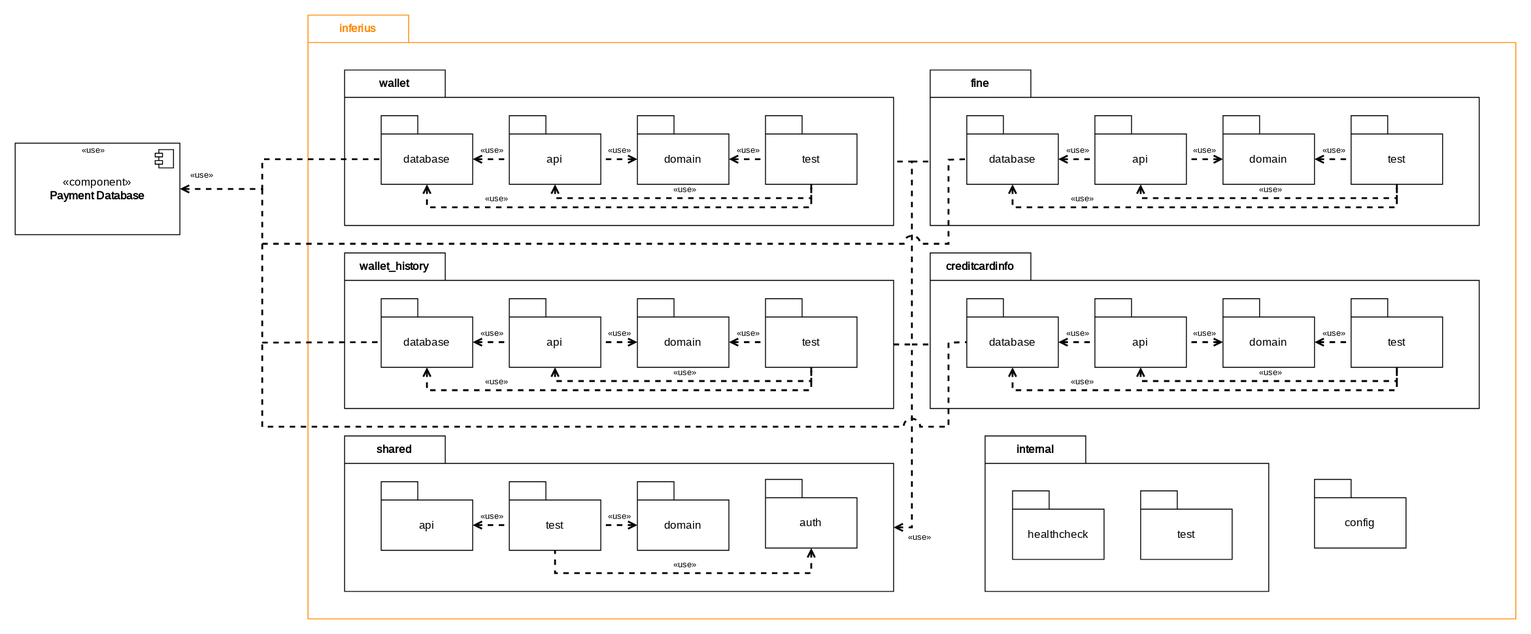
PWR-ACS-SE-24/SoftwareSystemDesign keeps this draw.io diagram as documentation/course/e2/images/package-diagram-inferius.drawio.svg. Above is the earlier version. Source tidied: cells renumbered, new cells last; positions are measured from the earlier drawing's top-left corner, leaving out a move shared by most shapes.
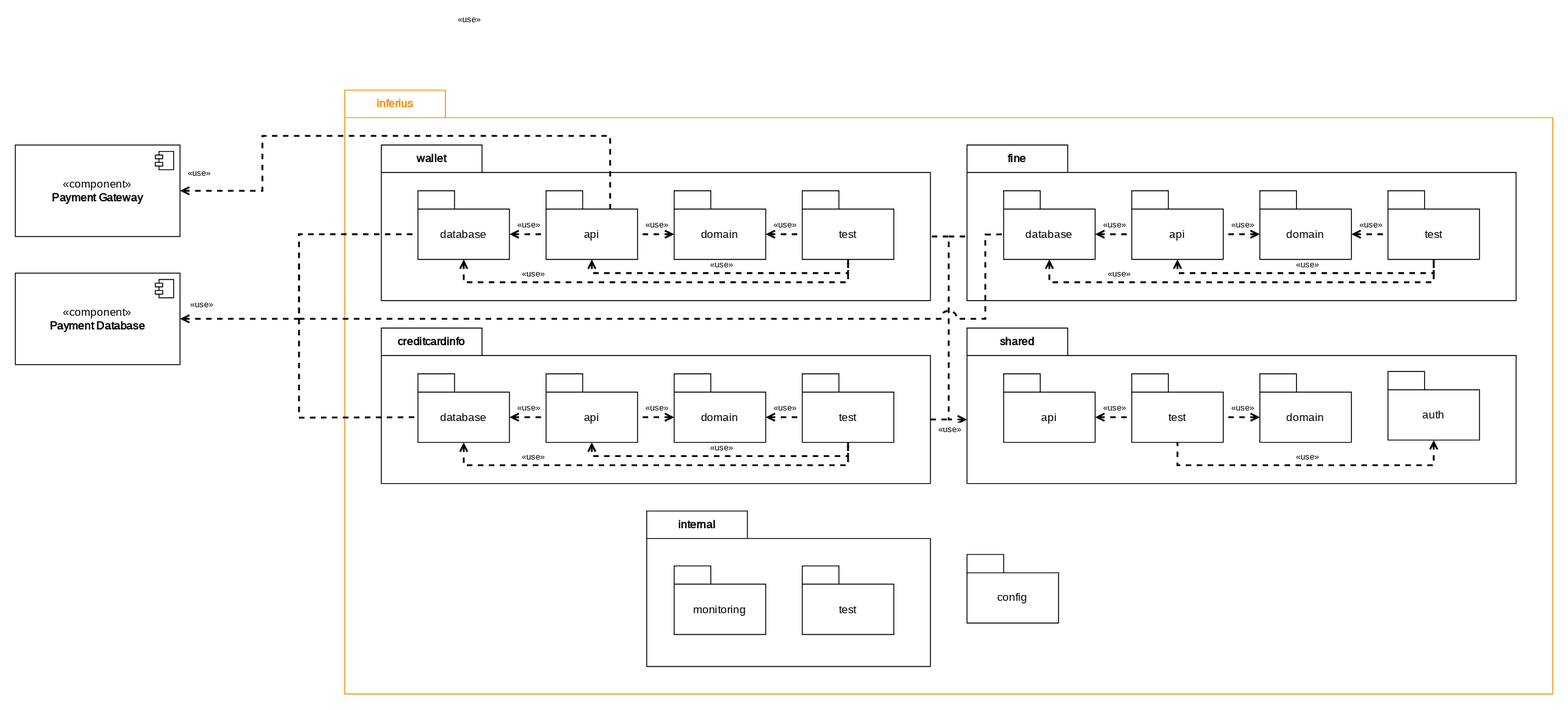
After the commit.

Commit message:
update package diagram

Change to the diagram source:
```diff
@@ -6,7 +6,7 @@
       <mxGeometry x="320" width="1320" height="660" as="geometry" />
     </mxCell>
     <mxCell id="3" value="«component»&lt;b&gt;&lt;br&gt;Payment Database&lt;/b&gt;&lt;br&gt;&lt;b&gt;&lt;/b&gt;" style="html=1;whiteSpace=wrap;fontFamily=JetBrains Mono;fontSource=https%3A%2F%2Ffonts.googleapis.com%2Fcss%3Ffamily%3DJetBrains%2BMono;" parent="1" vertex="1">
-      <mxGeometry y="140" width="180" height="100" as="geometry" />
+      <mxGeometry x="-40" y="200" width="180" height="100" as="geometry" />
     </mxCell>
     <mxCell id="4" style="shape=module;jettyWidth=8;jettyHeight=4;" parent="3" vertex="1">
       <mxGeometry x="1" width="20" height="20" relative="1" as="geometry">
@@ -14,13 +14,8 @@
       </mxGeometry>
     </mxCell>
     <mxCell id="5" value="&lt;span style=&quot;color: rgb(0, 0, 0); font-family: &amp;quot;JetBrains Mono&amp;quot;; font-size: 9px; font-style: normal; font-variant-ligatures: normal; font-variant-caps: normal; font-weight: 400; letter-spacing: normal; orphans: 2; text-align: center; text-indent: 0px; text-transform: none; widows: 2; word-spacing: 0px; -webkit-text-stroke-width: 0px; white-space: nowrap; background-color: rgb(251, 251, 251); text-decoration-thickness: initial; text-decoration-style: initial; text-decoration-color: initial; display: inline !important; float: none;&quot;&gt;«use»&lt;/span&gt;" style="text;whiteSpace=wrap;html=1;" parent="1" vertex="1">
-      <mxGeometry x="190" y="160" width="40" height="30" as="geometry" />
+      <mxGeometry x="150" y="220" width="40" height="30" as="geometry" />
     </mxCell>
-    <mxCell id="6" style="endArrow=none;dashed=1;html=1;rounded=0;strokeWidth=2;entryX=0;entryY=0;entryDx=0;entryDy=100;entryPerimeter=0;" parent="1" edge="1" target="46">
-      <mxGeometry relative="1" as="geometry">
-        <mxPoint x="980" y="360" as="sourcePoint" />
-      </mxGeometry>
-    </mxCell>
     <mxCell id="7" style="html=1;strokeColor=none;fillColor=none;whiteSpace=wrap;fontFamily=JetBrains Mono;fontSource=https%3A%2F%2Ffonts.googleapis.com%2Fcss%3Ffamily%3DJetBrains%2BMono;fontStyle=0;" parent="1" vertex="1">
       <mxGeometry x="320" y="30" width="1290" as="geometry">
         <mxPoint y="30" as="offset" />
@@ -97,23 +92,23 @@
       </mxGeometry>
     </mxCell>
     <mxCell id="24" value="config" style="shape=folder;fontStyle=0;tabWidth=40;tabHeight=20;tabPosition=left;html=1;boundedLbl=1;whiteSpace=wrap;fontFamily=JetBrains Mono;fontSource=https%3A%2F%2Ffonts.googleapis.com%2Fcss%3Ffamily%3DJetBrains%2BMono;" parent="1" vertex="1">
-      <mxGeometry x="1420" y="507.5" width="100" height="75" as="geometry" />
+      <mxGeometry x="1000" y="507.5" width="100" height="75" as="geometry" />
     </mxCell>
     <mxCell id="25" value="internal" style="shape=folder;fontStyle=1;tabWidth=110;tabHeight=30;tabPosition=left;html=1;boundedLbl=1;labelInHeader=1;whiteSpace=wrap;labelBorderColor=none;fillColor=default;fontFamily=JetBrains Mono;fontSource=https%3A%2F%2Ffonts.googleapis.com%2Fcss%3Ffamily%3DJetBrains%2BMono;" parent="1" vertex="1">
-      <mxGeometry x="1060" y="460" width="310" height="170" as="geometry" />
+      <mxGeometry x="650" y="460" width="310" height="170" as="geometry" />
     </mxCell>
     <mxCell id="26" style="html=1;strokeColor=none;fillColor=none;whiteSpace=wrap;fontFamily=JetBrains Mono;fontSource=https%3A%2F%2Ffonts.googleapis.com%2Fcss%3Ffamily%3DJetBrains%2BMono;fontStyle=0;" parent="25" vertex="1">
       <mxGeometry width="280.94" relative="1" as="geometry">
         <mxPoint y="30" as="offset" />
       </mxGeometry>
     </mxCell>
-    <mxCell id="27" value="healthcheck" style="shape=folder;fontStyle=0;tabWidth=40;tabHeight=20;tabPosition=left;html=1;boundedLbl=1;whiteSpace=wrap;fontFamily=JetBrains Mono;fontSource=https%3A%2F%2Ffonts.googleapis.com%2Fcss%3Ffamily%3DJetBrains%2BMono;" parent="25" vertex="1">
+    <mxCell id="27" value="monitoring" style="shape=folder;fontStyle=0;tabWidth=40;tabHeight=20;tabPosition=left;html=1;boundedLbl=1;whiteSpace=wrap;fontFamily=JetBrains Mono;fontSource=https%3A%2F%2Ffonts.googleapis.com%2Fcss%3Ffamily%3DJetBrains%2BMono;" parent="25" vertex="1">
       <mxGeometry x="30" y="60" width="100" height="75" as="geometry" />
     </mxCell>
     <mxCell id="28" value="test" style="shape=folder;fontStyle=0;tabWidth=40;tabHeight=20;tabPosition=left;html=1;boundedLbl=1;whiteSpace=wrap;fontFamily=JetBrains Mono;fontSource=https%3A%2F%2Ffonts.googleapis.com%2Fcss%3Ffamily%3DJetBrains%2BMono;" parent="25" vertex="1">
       <mxGeometry x="170" y="60" width="100" height="75" as="geometry" />
     </mxCell>
-    <mxCell id="29" value="wallet_history" style="shape=folder;fontStyle=1;tabWidth=110;tabHeight=30;tabPosition=left;html=1;boundedLbl=1;labelInHeader=1;whiteSpace=wrap;labelBorderColor=none;fillColor=default;fontFamily=JetBrains Mono;fontSource=https%3A%2F%2Ffonts.googleapis.com%2Fcss%3Ffamily%3DJetBrains%2BMono;" parent="1" vertex="1">
+    <mxCell id="29" value="creditcardinfo" style="shape=folder;fontStyle=1;tabWidth=110;tabHeight=30;tabPosition=left;html=1;boundedLbl=1;labelInHeader=1;whiteSpace=wrap;labelBorderColor=none;fillColor=default;fontFamily=JetBrains Mono;fontSource=https%3A%2F%2Ffonts.googleapis.com%2Fcss%3Ffamily%3DJetBrains%2BMono;" parent="1" vertex="1">
       <mxGeometry x="360" y="260" width="600" height="170" as="geometry" />
     </mxCell>
     <mxCell id="30" style="html=1;strokeColor=none;fillColor=none;whiteSpace=wrap;fontFamily=JetBrains Mono;fontSource=https%3A%2F%2Ffonts.googleapis.com%2Fcss%3Ffamily%3DJetBrains%2BMono;fontStyle=0;" parent="29" vertex="1">
@@ -188,76 +183,6 @@
         <mxPoint x="620" y="100" as="targetPoint" />
       </mxGeometry>
     </mxCell>
-    <mxCell id="46" value="creditcardinfo" style="shape=folder;fontStyle=1;tabWidth=110;tabHeight=30;tabPosition=left;html=1;boundedLbl=1;labelInHeader=1;whiteSpace=wrap;labelBorderColor=none;fillColor=default;fontFamily=JetBrains Mono;fontSource=https%3A%2F%2Ffonts.googleapis.com%2Fcss%3Ffamily%3DJetBrains%2BMono;" parent="1" vertex="1">
-      <mxGeometry x="1000" y="260" width="600" height="170" as="geometry" />
-    </mxCell>
-    <mxCell id="47" style="html=1;strokeColor=none;fillColor=none;whiteSpace=wrap;fontFamily=JetBrains Mono;fontSource=https%3A%2F%2Ffonts.googleapis.com%2Fcss%3Ffamily%3DJetBrains%2BMono;fontStyle=0;" parent="46" vertex="1">
-      <mxGeometry width="600" relative="1" as="geometry">
-        <mxPoint y="30" as="offset" />
-      </mxGeometry>
-    </mxCell>
-    <mxCell id="48" value="api" style="shape=folder;fontStyle=0;tabWidth=40;tabHeight=20;tabPosition=left;html=1;boundedLbl=1;whiteSpace=wrap;fontFamily=JetBrains Mono;fontSource=https%3A%2F%2Ffonts.googleapis.com%2Fcss%3Ffamily%3DJetBrains%2BMono;" parent="46" vertex="1">
-      <mxGeometry x="180" y="50" width="100" height="75" as="geometry" />
-    </mxCell>
-    <mxCell id="49" value="database" style="shape=folder;fontStyle=0;tabWidth=40;tabHeight=20;tabPosition=left;html=1;boundedLbl=1;whiteSpace=wrap;fontFamily=JetBrains Mono;fontSource=https%3A%2F%2Ffonts.googleapis.com%2Fcss%3Ffamily%3DJetBrains%2BMono;" parent="46" vertex="1">
-      <mxGeometry x="40" y="50" width="100" height="75" as="geometry" />
-    </mxCell>
-    <mxCell id="50" value="domain" style="shape=folder;fontStyle=0;tabWidth=40;tabHeight=20;tabPosition=left;html=1;boundedLbl=1;whiteSpace=wrap;fontFamily=JetBrains Mono;fontSource=https%3A%2F%2Ffonts.googleapis.com%2Fcss%3Ffamily%3DJetBrains%2BMono;" parent="46" vertex="1">
-      <mxGeometry x="320" y="50" width="100" height="75" as="geometry" />
-    </mxCell>
-    <mxCell id="51" value="test" style="shape=folder;fontStyle=0;tabWidth=40;tabHeight=20;tabPosition=left;html=1;boundedLbl=1;whiteSpace=wrap;fontFamily=JetBrains Mono;fontSource=https%3A%2F%2Ffonts.googleapis.com%2Fcss%3Ffamily%3DJetBrains%2BMono;" parent="46" vertex="1">
-      <mxGeometry x="460" y="50" width="100" height="75" as="geometry" />
-    </mxCell>
-    <mxCell id="52" style="endArrow=none;dashed=1;html=1;strokeWidth=2;rounded=0;exitX=0;exitY=0;exitDx=100;exitDy=47.5;exitPerimeter=0;entryX=0;entryY=0;entryDx=0;entryDy=47.5;entryPerimeter=0;startArrow=open;startFill=0;" parent="46" edge="1" source="49" target="48">
-      <mxGeometry relative="1" as="geometry" />
-    </mxCell>
-    <mxCell id="53" value="&lt;font face=&quot;JetBrains Mono&quot;&gt;«use»&lt;/font&gt;" style="edgeLabel;html=1;align=center;verticalAlign=middle;labelBackgroundColor=none;fontSize=9;" parent="52" vertex="1">
-      <mxGeometry x="0.5" relative="1" as="geometry">
-        <mxPoint x="-10" y="-10" as="offset" />
-      </mxGeometry>
-    </mxCell>
-    <mxCell id="54" style="endArrow=none;dashed=1;html=1;strokeWidth=2;rounded=0;exitX=0;exitY=0;exitDx=0;exitDy=47.5;exitPerimeter=0;entryX=0;entryY=0;entryDx=100;entryDy=47.5;entryPerimeter=0;startArrow=open;startFill=0;" parent="46" edge="1" source="50" target="48">
-      <mxGeometry relative="1" as="geometry" />
-    </mxCell>
-    <mxCell id="55" value="&lt;font face=&quot;JetBrains Mono&quot;&gt;«use»&lt;/font&gt;" style="edgeLabel;html=1;align=center;verticalAlign=middle;labelBackgroundColor=none;fontSize=9;" parent="54" vertex="1">
-      <mxGeometry x="0.5" relative="1" as="geometry">
-        <mxPoint x="10" y="-10" as="offset" />
-      </mxGeometry>
-    </mxCell>
-    <mxCell id="56" style="endArrow=none;dashed=1;html=1;strokeWidth=2;rounded=0;exitX=0;exitY=0;exitDx=100;exitDy=47.5;exitPerimeter=0;entryX=0;entryY=0;entryDx=0;entryDy=47.5;entryPerimeter=0;startArrow=open;startFill=0;" parent="46" edge="1" source="50" target="51">
-      <mxGeometry relative="1" as="geometry" />
-    </mxCell>
-    <mxCell id="57" value="&lt;font face=&quot;JetBrains Mono&quot;&gt;«use»&lt;/font&gt;" style="edgeLabel;html=1;align=center;verticalAlign=middle;labelBackgroundColor=none;fontSize=9;" parent="56" vertex="1">
-      <mxGeometry x="0.5" relative="1" as="geometry">
-        <mxPoint x="-10" y="-10" as="offset" />
-      </mxGeometry>
-    </mxCell>
-    <mxCell id="58" style="endArrow=none;dashed=1;html=1;strokeWidth=2;rounded=0;exitX=0.5;exitY=1;exitDx=0;exitDy=0;exitPerimeter=0;entryX=0.5;entryY=1;entryDx=0;entryDy=0;entryPerimeter=0;startArrow=open;startFill=0;edgeStyle=orthogonalEdgeStyle;jumpStyle=none;shadow=0;flowAnimation=0;targetPerimeterSpacing=0;endSize=6;" parent="46" edge="1" source="48" target="51">
-      <mxGeometry relative="1" as="geometry">
-        <Array as="points">
-          <mxPoint x="230" y="140" />
-          <mxPoint x="510" y="140" />
-        </Array>
-      </mxGeometry>
-    </mxCell>
-    <mxCell id="59" value="&lt;font face=&quot;JetBrains Mono&quot;&gt;«use»&lt;/font&gt;" style="edgeLabel;html=1;align=center;verticalAlign=middle;labelBackgroundColor=none;fontSize=9;" parent="58" vertex="1">
-      <mxGeometry x="0.5" relative="1" as="geometry">
-        <mxPoint x="-77" y="-10" as="offset" />
-      </mxGeometry>
-    </mxCell>
-    <mxCell id="60" style="endArrow=none;dashed=1;html=1;strokeWidth=2;rounded=0;entryX=0.5;entryY=1;entryDx=0;entryDy=0;entryPerimeter=0;startArrow=open;startFill=0;edgeStyle=orthogonalEdgeStyle;exitX=0.5;exitY=1;exitDx=0;exitDy=0;exitPerimeter=0;jumpStyle=gap;jumpSize=10;" parent="46" edge="1" source="49" target="51">
-      <mxGeometry relative="1" as="geometry">
-        <Array as="points">
-          <mxPoint x="90" y="150" />
-          <mxPoint x="510" y="150" />
-        </Array>
-      </mxGeometry>
-    </mxCell>
-    <mxCell id="61" value="&lt;font face=&quot;JetBrains Mono&quot;&gt;«use»&lt;/font&gt;" style="edgeLabel;html=1;align=center;verticalAlign=middle;labelBackgroundColor=none;fontSize=9;" parent="60" vertex="1">
-      <mxGeometry x="0.5" relative="1" as="geometry">
-        <mxPoint x="-253" y="-10" as="offset" />
-      </mxGeometry>
-    </mxCell>
     <mxCell id="62" value="fine" style="shape=folder;fontStyle=1;tabWidth=110;tabHeight=30;tabPosition=left;html=1;boundedLbl=1;labelInHeader=1;whiteSpace=wrap;labelBorderColor=none;fillColor=default;fontFamily=JetBrains Mono;fontSource=https%3A%2F%2Ffonts.googleapis.com%2Fcss%3Ffamily%3DJetBrains%2BMono;" parent="1" vertex="1">
       <mxGeometry x="1000" y="60" width="600" height="170" as="geometry" />
     </mxCell>
@@ -329,7 +254,7 @@
       </mxGeometry>
     </mxCell>
     <mxCell id="78" value="shared" style="shape=folder;fontStyle=1;tabWidth=110;tabHeight=30;tabPosition=left;html=1;boundedLbl=1;labelInHeader=1;whiteSpace=wrap;labelBorderColor=none;fillColor=default;fontFamily=JetBrains Mono;fontSource=https%3A%2F%2Ffonts.googleapis.com%2Fcss%3Ffamily%3DJetBrains%2BMono;" parent="1" vertex="1">
-      <mxGeometry x="360" y="460" width="600" height="170" as="geometry" />
+      <mxGeometry x="1000" y="260" width="600" height="170" as="geometry" />
     </mxCell>
     <mxCell id="79" style="html=1;strokeColor=none;fillColor=none;whiteSpace=wrap;fontFamily=JetBrains Mono;fontSource=https%3A%2F%2Ffonts.googleapis.com%2Fcss%3Ffamily%3DJetBrains%2BMono;fontStyle=0;" parent="78" vertex="1">
       <mxGeometry width="600" relative="1" as="geometry">
@@ -377,17 +302,17 @@
         <mxPoint y="-10" as="offset" />
       </mxGeometry>
     </mxCell>
-    <mxCell id="90" style="endArrow=none;dashed=1;html=1;strokeWidth=2;rounded=0;entryX=0;entryY=0;entryDx=600;entryDy=100;entryPerimeter=0;startArrow=open;startFill=0;edgeStyle=orthogonalEdgeStyle;exitX=0;exitY=0;exitDx=600;exitDy=100;exitPerimeter=0;jumpStyle=gap;jumpSize=10;" parent="1" edge="1" source="78" target="8">
+    <mxCell id="90" style="endArrow=none;dashed=1;html=1;strokeWidth=2;rounded=0;entryX=0;entryY=0;entryDx=600;entryDy=100;entryPerimeter=0;startArrow=open;startFill=0;edgeStyle=orthogonalEdgeStyle;exitX=0;exitY=0;exitDx=0;exitDy=100;exitPerimeter=0;jumpStyle=gap;jumpSize=10;" parent="1" edge="1" source="78" target="8">
       <mxGeometry relative="1" as="geometry">
         <Array as="points">
-          <mxPoint x="980" y="560" />
+          <mxPoint x="980" y="360" />
           <mxPoint x="980" y="160" />
         </Array>
       </mxGeometry>
     </mxCell>
     <mxCell id="91" value="&lt;font style=&quot;font-size: 9px;&quot; face=&quot;JetBrains Mono&quot;&gt;«use»&lt;/font&gt;" style="edgeLabel;html=1;align=center;verticalAlign=middle;" parent="90" vertex="1">
       <mxGeometry x="-0.34" relative="1" as="geometry">
-        <mxPoint x="7" y="135" as="offset" />
+        <mxPoint y="69" as="offset" />
       </mxGeometry>
     </mxCell>
     <mxCell id="92" style="endArrow=none;dashed=1;html=1;rounded=0;strokeWidth=2;entryX=0;entryY=0;entryDx=0;entryDy=100;entryPerimeter=0;" parent="1" edge="1" target="62">
@@ -398,14 +323,15 @@
     <mxCell id="93" style="endArrow=none;dashed=1;html=1;strokeWidth=2;rounded=0;entryX=0;entryY=0;entryDx=0;entryDy=47.5;entryPerimeter=0;startArrow=open;startFill=0;edgeStyle=orthogonalEdgeStyle;exitX=1;exitY=0.5;exitDx=0;exitDy=0;jumpStyle=gap;jumpSize=10;" parent="1" edge="1" source="3" target="11">
       <mxGeometry relative="1" as="geometry">
         <Array as="points">
-          <mxPoint x="270" y="190" />
+          <mxPoint x="140" y="250" />
+          <mxPoint x="270" y="250" />
           <mxPoint x="270" y="158" />
         </Array>
       </mxGeometry>
     </mxCell>
     <mxCell id="94" value="&lt;font face=&quot;JetBrains Mono&quot;&gt;«use»&lt;/font&gt;" style="edgeLabel;html=1;align=center;verticalAlign=middle;labelBackgroundColor=none;fontSize=9;" parent="93" vertex="1">
       <mxGeometry x="0.5" relative="1" as="geometry">
-        <mxPoint x="-253" y="-10" as="offset" />
+        <mxPoint x="-152" y="-67" as="offset" />
       </mxGeometry>
     </mxCell>
     <mxCell id="95" style="endArrow=none;dashed=1;html=1;rounded=0;strokeWidth=2;entryX=0;entryY=0;entryDx=0;entryDy=47.5;entryPerimeter=0;" parent="1" edge="1" target="32">
@@ -425,15 +351,27 @@
         </Array>
       </mxGeometry>
     </mxCell>
-    <mxCell id="97" style="endArrow=none;dashed=1;html=1;rounded=0;strokeWidth=2;entryX=0;entryY=0;entryDx=0;entryDy=47.5;entryPerimeter=0;jumpStyle=arc;jumpSize=16;" parent="1" edge="1" target="49">
-      <mxGeometry relative="1" as="geometry">
-        <mxPoint x="270" y="360" as="sourcePoint" />
-        <Array as="points">
-          <mxPoint x="270" y="450" />
-          <mxPoint x="1020" y="450" />
-          <mxPoint x="1020" y="358" />
-        </Array>
-      </mxGeometry>
-    </mxCell>
+    <mxCell id="98" value="«component»&lt;b&gt;&lt;br&gt;Payment Gateway&lt;/b&gt;&lt;br&gt;&lt;b&gt;&lt;/b&gt;" style="html=1;whiteSpace=wrap;fontFamily=JetBrains Mono;fontSource=https%3A%2F%2Ffonts.googleapis.com%2Fcss%3Ffamily%3DJetBrains%2BMono;" parent="1" vertex="1">
+      <mxGeometry x="-40" y="60" width="180" height="100" as="geometry" />
+    </mxCell>
+    <mxCell id="99" style="shape=module;jettyWidth=8;jettyHeight=4;" parent="98" vertex="1">
+      <mxGeometry x="1" width="20" height="20" relative="1" as="geometry">
+        <mxPoint x="-27" y="7" as="offset" />
+      </mxGeometry>
+    </mxCell>
+    <mxCell id="100" style="endArrow=none;dashed=1;html=1;strokeWidth=2;rounded=0;entryX=0;entryY=0;entryDx=70;entryDy=20;entryPerimeter=0;startArrow=open;startFill=0;edgeStyle=orthogonalEdgeStyle;exitX=1;exitY=0.5;exitDx=0;exitDy=0;jumpStyle=gap;jumpSize=10;" parent="1" edge="1" source="98" target="10">
+      <mxGeometry relative="1" as="geometry">
+        <Array as="points">
+          <mxPoint x="230" y="110" />
+          <mxPoint x="230" y="50" />
+          <mxPoint x="610" y="50" />
+        </Array>
+      </mxGeometry>
+    </mxCell>
+    <mxCell id="101" value="&lt;font face=&quot;JetBrains Mono&quot;&gt;«use»&lt;/font&gt;" style="edgeLabel;html=1;align=center;verticalAlign=middle;labelBackgroundColor=none;fontSize=9;" parent="100" vertex="1">
+      <mxGeometry x="0.5" relative="1" as="geometry">
+        <mxPoint x="-82" y="-128" as="offset" />
+      </mxGeometry>
+    </mxCell>
   </root>
 </mxGraphModel>
```
